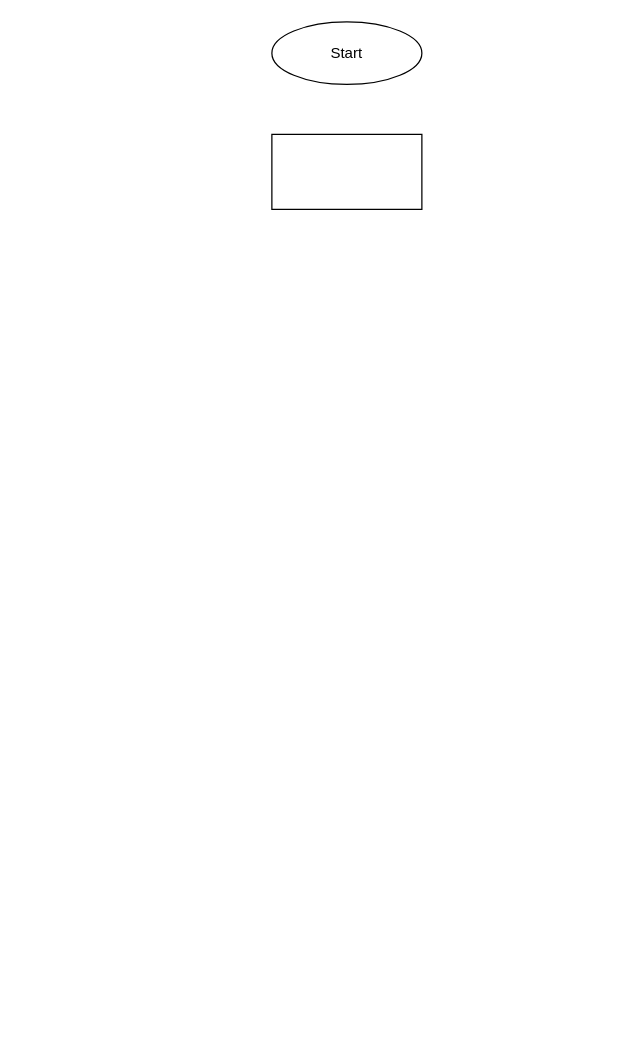
Earlier version of the draw.io diagram Diagrams. .drawio (AleksandraPetrova97/control-work). Source tidied: cells renumbered, new cells numbered last; positions are measured from the earlier drawing's top-left corner, leaving out a move shared by most shapes. Both pictures are drawn from the tidied source at 125%, with x=0, y=0 at pixel (271, 21).
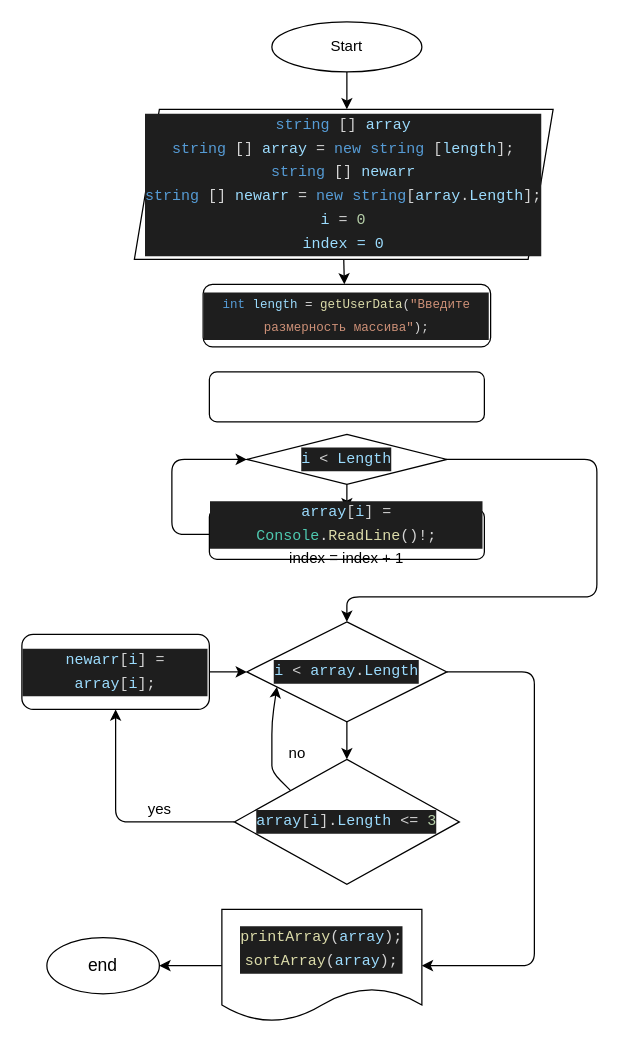
The same diagram, later.

Commit message (it also covers changes not shown here):
Диаграмму сделала

What changed in the source:
```diff
@@
+    <mxCell id="4" style="edgeStyle=none;html=1;exitX=0.5;exitY=1;exitDx=0;exitDy=0;fontSize=12;" parent="1" edge="1" source="2">
+      <mxGeometry relative="1" as="geometry">
+        <mxPoint x="60" y="70" as="targetPoint" />
+      </mxGeometry>
+    </mxCell>
+    <mxCell id="5" style="edgeStyle=none;html=1;exitX=0.5;exitY=1;exitDx=0;exitDy=0;fontSize=10;" parent="1" edge="1" source="6">
+      <mxGeometry relative="1" as="geometry">
+        <mxPoint x="58" y="210" as="targetPoint" />
+      </mxGeometry>
+    </mxCell>
+    <mxCell id="6" value="&lt;div style=&quot;color: rgb(212, 212, 212); background-color: rgb(30, 30, 30); font-family: Consolas, &amp;quot;Courier New&amp;quot;, monospace; line-height: 19px;&quot;&gt;&lt;div style=&quot;line-height: 19px;&quot;&gt;&lt;font style=&quot;font-size: 12px;&quot;&gt;&lt;span style=&quot;color: rgb(86, 156, 214);&quot;&gt;string&lt;/span&gt;&amp;nbsp;[]&amp;nbsp;&lt;span style=&quot;color: rgb(156, 220, 254);&quot;&gt;array&lt;/span&gt;&lt;/font&gt;&lt;/div&gt;&lt;div style=&quot;line-height: 19px;&quot;&gt;&lt;font style=&quot;font-size: 12px;&quot;&gt;&lt;span style=&quot;color: rgb(86, 156, 214);&quot;&gt;string&lt;/span&gt;&amp;nbsp;[]&amp;nbsp;&lt;span style=&quot;color: rgb(156, 220, 254);&quot;&gt;array&lt;/span&gt;&amp;nbsp;=&amp;nbsp;&lt;span style=&quot;color: rgb(86, 156, 214);&quot;&gt;new&lt;/span&gt;&amp;nbsp;&lt;span style=&quot;color: rgb(86, 156, 214);&quot;&gt;string&lt;/span&gt;&amp;nbsp;[&lt;span style=&quot;color: rgb(156, 220, 254);&quot;&gt;length&lt;/span&gt;];&lt;span style=&quot;color: rgb(156, 220, 254);&quot;&gt;&lt;br&gt;&lt;/span&gt;&lt;/font&gt;&lt;/div&gt;&lt;div style=&quot;color: rgb(240, 240, 240); line-height: 19px;&quot;&gt;&lt;div style=&quot;color: rgb(212, 212, 212); line-height: 19px;&quot;&gt;&lt;font style=&quot;font-size: 12px;&quot;&gt;&lt;span style=&quot;color: rgb(86, 156, 214);&quot;&gt;string&lt;/span&gt;&amp;nbsp;[]&amp;nbsp;&lt;span style=&quot;color: rgb(156, 220, 254);&quot;&gt;newarr&lt;/span&gt;&lt;/font&gt;&lt;/div&gt;&lt;div style=&quot;color: rgb(212, 212, 212); line-height: 19px;&quot;&gt;&lt;div style=&quot;line-height: 19px;&quot;&gt;&lt;font style=&quot;font-size: 12px;&quot;&gt;&lt;span style=&quot;color: rgb(86, 156, 214);&quot;&gt;string&lt;/span&gt; [] &lt;span style=&quot;color: rgb(156, 220, 254);&quot;&gt;newarr&lt;/span&gt; = &lt;span style=&quot;color: rgb(86, 156, 214);&quot;&gt;new&lt;/span&gt; &lt;span style=&quot;color: rgb(86, 156, 214);&quot;&gt;string&lt;/span&gt;[&lt;span style=&quot;color: rgb(156, 220, 254);&quot;&gt;array&lt;/span&gt;.&lt;span style=&quot;color: rgb(156, 220, 254);&quot;&gt;Length&lt;/span&gt;];&lt;/font&gt;&lt;/div&gt;&lt;/div&gt;&lt;div style=&quot;color: rgb(212, 212, 212); line-height: 19px;&quot;&gt;&lt;div style=&quot;line-height: 19px;&quot;&gt;&lt;font style=&quot;font-size: 12px;&quot;&gt;&lt;span style=&quot;color: rgb(156, 220, 254);&quot;&gt;i&lt;/span&gt;&amp;nbsp;=&amp;nbsp;&lt;span style=&quot;color: rgb(181, 206, 168);&quot;&gt;0&lt;/span&gt;&lt;br&gt;&lt;/font&gt;&lt;/div&gt;&lt;/div&gt;&lt;div style=&quot;line-height: 19px;&quot;&gt;&lt;div style=&quot;line-height: 19px;&quot;&gt;&lt;font style=&quot;font-size: 12px;&quot; color=&quot;#9cdcfe&quot;&gt;index = 0&lt;/font&gt;&lt;/div&gt;&lt;/div&gt;&lt;/div&gt;&lt;/div&gt;" style="shape=parallelogram;perimeter=parallelogramPerimeter;whiteSpace=wrap;html=1;fixedSize=1;fontSize=12;fillStyle=solid;" parent="1" vertex="1">
+      <mxGeometry x="-110" y="70" width="335" height="120" as="geometry" />
+    </mxCell>
     <mxCell id="2" value="Start" style="ellipse;whiteSpace=wrap;html=1;" parent="1" vertex="1">
-      <mxGeometry width="120" height="50" as="geometry" />
+      <mxGeometry width="120" height="40" as="geometry" />
     </mxCell>
-    <mxCell id="3" style="rounded=0;whiteSpace=wrap;html=1;" parent="1" vertex="1">
-      <mxGeometry y="90" width="120" height="60" as="geometry" />
-    </mxCell>
+    <mxCell id="7" style="edgeStyle=none;html=1;entryX=0.5;entryY=0;entryDx=0;entryDy=0;fontSize=12;" parent="1" edge="1" target="11">
+      <mxGeometry relative="1" as="geometry">
+        <mxPoint x="60" y="360" as="sourcePoint" />
+      </mxGeometry>
+    </mxCell>
+    <mxCell id="8" style="edgeStyle=none;html=1;exitX=1;exitY=0.5;exitDx=0;exitDy=0;fontSize=12;entryX=0.5;entryY=0;entryDx=0;entryDy=0;" parent="1" edge="1" source="9" target="14">
+      <mxGeometry relative="1" as="geometry">
+        <Array as="points">
+          <mxPoint x="260" y="350" />
+          <mxPoint x="260" y="460" />
+          <mxPoint x="150" y="460" />
+          <mxPoint x="60" y="460" />
+        </Array>
+      </mxGeometry>
+    </mxCell>
+    <mxCell id="9" value="&lt;div style=&quot;color: rgb(212, 212, 212); background-color: rgb(30, 30, 30); font-family: Consolas, &amp;quot;Courier New&amp;quot;, monospace; line-height: 19px;&quot;&gt;&lt;font style=&quot;font-size: 12px;&quot;&gt;&lt;span style=&quot;color: rgb(156, 220, 254);&quot;&gt;i&lt;/span&gt; &amp;lt; &lt;span style=&quot;color: rgb(156, 220, 254);&quot;&gt;Length&lt;/span&gt;&lt;/font&gt;&lt;/div&gt;" style="rhombus;whiteSpace=wrap;html=1;fontSize=12;" parent="1" vertex="1">
+      <mxGeometry x="-20" y="330" width="160" height="40" as="geometry" />
+    </mxCell>
+    <mxCell id="10" style="edgeStyle=none;html=1;exitX=0;exitY=0.5;exitDx=0;exitDy=0;entryX=0;entryY=0.5;entryDx=0;entryDy=0;fontSize=12;" parent="1" edge="1" source="11" target="9">
+      <mxGeometry relative="1" as="geometry">
+        <Array as="points">
+          <mxPoint x="-80" y="410" />
+          <mxPoint x="-80" y="350" />
+        </Array>
+      </mxGeometry>
+    </mxCell>
+    <mxCell id="11" value="&lt;div style=&quot;color: rgb(212, 212, 212); background-color: rgb(30, 30, 30); font-family: Consolas, &amp;quot;Courier New&amp;quot;, monospace; line-height: 19px;&quot;&gt;&lt;font style=&quot;font-size: 12px;&quot;&gt;&lt;span style=&quot;color: rgb(156, 220, 254);&quot;&gt;array&lt;/span&gt;[&lt;span style=&quot;color: rgb(156, 220, 254);&quot;&gt;i&lt;/span&gt;] = &lt;span style=&quot;color: rgb(78, 201, 176);&quot;&gt;Console&lt;/span&gt;.&lt;span style=&quot;color: rgb(220, 220, 170);&quot;&gt;ReadLine&lt;/span&gt;()!;&lt;/font&gt;&lt;/div&gt;index = index + 1" style="rounded=1;whiteSpace=wrap;html=1;fontSize=12;" parent="1" vertex="1">
+      <mxGeometry x="-50" y="390" width="220" height="40" as="geometry" />
+    </mxCell>
+    <mxCell id="12" style="edgeStyle=none;html=1;exitX=0.5;exitY=1;exitDx=0;exitDy=0;entryX=0.5;entryY=0;entryDx=0;entryDy=0;fontSize=12;" parent="1" edge="1" source="14" target="17">
+      <mxGeometry relative="1" as="geometry" />
+    </mxCell>
+    <mxCell id="13" style="edgeStyle=none;html=1;exitX=1;exitY=0.5;exitDx=0;exitDy=0;fontSize=12;" parent="1" edge="1" source="14">
+      <mxGeometry relative="1" as="geometry">
+        <mxPoint x="120" y="755" as="targetPoint" />
+        <Array as="points">
+          <mxPoint x="210" y="520" />
+          <mxPoint x="210" y="755" />
+        </Array>
+      </mxGeometry>
+    </mxCell>
+    <mxCell id="14" value="&lt;div style=&quot;color: rgb(212, 212, 212); background-color: rgb(30, 30, 30); font-family: Consolas, &amp;quot;Courier New&amp;quot;, monospace; line-height: 19px;&quot;&gt;&lt;font style=&quot;font-size: 12px;&quot;&gt;&lt;span style=&quot;color: rgb(156, 220, 254);&quot;&gt;i&lt;/span&gt; &amp;lt; &lt;span style=&quot;color: rgb(156, 220, 254);&quot;&gt;array&lt;/span&gt;.&lt;span style=&quot;color: rgb(156, 220, 254);&quot;&gt;Length&lt;/span&gt;&lt;/font&gt;&lt;/div&gt;" style="rhombus;whiteSpace=wrap;html=1;fontSize=12;" parent="1" vertex="1">
+      <mxGeometry x="-20" y="480" width="160" height="80" as="geometry" />
+    </mxCell>
+    <mxCell id="15" style="edgeStyle=none;html=1;entryX=0.5;entryY=1;entryDx=0;entryDy=0;fontSize=12;exitX=0;exitY=0.5;exitDx=0;exitDy=0;" parent="1" edge="1" source="17" target="19">
+      <mxGeometry relative="1" as="geometry">
+        <Array as="points">
+          <mxPoint x="-125" y="640" />
+        </Array>
+      </mxGeometry>
+    </mxCell>
+    <mxCell id="16" style="edgeStyle=none;html=1;exitX=0;exitY=0;exitDx=0;exitDy=0;entryX=0.15;entryY=0.65;entryDx=0;entryDy=0;entryPerimeter=0;fontSize=12;" parent="1" edge="1" source="17" target="14">
+      <mxGeometry relative="1" as="geometry">
+        <Array as="points">
+          <mxPoint y="600" />
+          <mxPoint y="590" />
+          <mxPoint y="560" />
+        </Array>
+      </mxGeometry>
+    </mxCell>
+    <mxCell id="17" value="&lt;div style=&quot;color: rgb(212, 212, 212); background-color: rgb(30, 30, 30); font-family: Consolas, &amp;quot;Courier New&amp;quot;, monospace; line-height: 19px;&quot;&gt;&lt;font style=&quot;font-size: 12px;&quot;&gt;&lt;span style=&quot;color: rgb(156, 220, 254);&quot;&gt;array&lt;/span&gt;[&lt;span style=&quot;color: rgb(156, 220, 254);&quot;&gt;i&lt;/span&gt;].&lt;span style=&quot;color: rgb(156, 220, 254);&quot;&gt;Length&lt;/span&gt; &amp;lt;= &lt;span style=&quot;color: rgb(181, 206, 168);&quot;&gt;3&lt;/span&gt;&lt;/font&gt;&lt;/div&gt;" style="rhombus;whiteSpace=wrap;html=1;fontSize=12;" parent="1" vertex="1">
+      <mxGeometry x="-30" y="590" width="180" height="100" as="geometry" />
+    </mxCell>
+    <mxCell id="18" style="edgeStyle=none;html=1;exitX=1;exitY=0.5;exitDx=0;exitDy=0;entryX=0;entryY=0.5;entryDx=0;entryDy=0;fontSize=12;" parent="1" edge="1" source="19" target="14">
+      <mxGeometry relative="1" as="geometry" />
+    </mxCell>
+    <mxCell id="19" value="&lt;div style=&quot;color: rgb(212, 212, 212); background-color: rgb(30, 30, 30); font-family: Consolas, &amp;quot;Courier New&amp;quot;, monospace; line-height: 19px;&quot;&gt;&lt;font style=&quot;font-size: 12px;&quot;&gt;&lt;span style=&quot;color: rgb(156, 220, 254);&quot;&gt;newarr&lt;/span&gt;[&lt;span style=&quot;color: rgb(156, 220, 254);&quot;&gt;i&lt;/span&gt;] = &lt;span style=&quot;color: rgb(156, 220, 254);&quot;&gt;array&lt;/span&gt;[&lt;span style=&quot;color: rgb(156, 220, 254);&quot;&gt;i&lt;/span&gt;];&lt;/font&gt;&lt;/div&gt;" style="rounded=1;whiteSpace=wrap;html=1;fontSize=12;" parent="1" vertex="1">
+      <mxGeometry x="-200" y="490" width="150" height="60" as="geometry" />
+    </mxCell>
+    <mxCell id="20" value="yes" style="text;html=1;align=center;verticalAlign=middle;strokeColor=none;fillColor=none;fontSize=12;" parent="1" vertex="1">
+      <mxGeometry x="-110" y="615" width="40" height="30" as="geometry" />
+    </mxCell>
+    <mxCell id="21" value="no" style="text;html=1;align=center;verticalAlign=middle;strokeColor=none;fillColor=none;fontSize=12;" parent="1" vertex="1">
+      <mxGeometry y="570" width="40" height="30" as="geometry" />
+    </mxCell>
+    <mxCell id="22" style="edgeStyle=none;html=1;exitX=0;exitY=0.5;exitDx=0;exitDy=0;fontSize=14;" parent="1" edge="1" source="23">
+      <mxGeometry relative="1" as="geometry">
+        <mxPoint x="-90" y="755" as="targetPoint" />
+      </mxGeometry>
+    </mxCell>
+    <mxCell id="23" value="&lt;div style=&quot;color: rgb(212, 212, 212); background-color: rgb(30, 30, 30); font-family: Consolas, &amp;quot;Courier New&amp;quot;, monospace; line-height: 19px;&quot;&gt;&lt;font style=&quot;font-size: 12px;&quot;&gt;&lt;span style=&quot;color: rgb(220, 220, 170);&quot;&gt;printArray&lt;/span&gt;(&lt;span style=&quot;color: rgb(156, 220, 254);&quot;&gt;array&lt;/span&gt;);&lt;/font&gt;&lt;/div&gt;&lt;div style=&quot;color: rgb(212, 212, 212); background-color: rgb(30, 30, 30); font-family: Consolas, &amp;quot;Courier New&amp;quot;, monospace; line-height: 19px;&quot;&gt;&lt;font style=&quot;font-size: 12px;&quot;&gt;&lt;div style=&quot;line-height: 19px;&quot;&gt;&lt;span style=&quot;color: rgb(220, 220, 170);&quot;&gt;sortArray&lt;/span&gt;(&lt;span style=&quot;color: rgb(156, 220, 254);&quot;&gt;array&lt;/span&gt;);&lt;/div&gt;&lt;/font&gt;&lt;/div&gt;" style="shape=document;whiteSpace=wrap;html=1;boundedLbl=1;fontSize=12;" parent="1" vertex="1">
+      <mxGeometry x="-40" y="710" width="160" height="90" as="geometry" />
+    </mxCell>
+    <mxCell id="24" value="&lt;font style=&quot;font-size: 14px;&quot;&gt;end&lt;/font&gt;" style="ellipse;whiteSpace=wrap;html=1;fontSize=12;" parent="1" vertex="1">
+      <mxGeometry x="-180" y="732.5" width="90" height="45" as="geometry" />
+    </mxCell>
+    <mxCell id="25" value="&lt;div style=&quot;color: rgb(212, 212, 212); background-color: rgb(30, 30, 30); font-family: Consolas, &amp;quot;Courier New&amp;quot;, monospace; line-height: 19px;&quot;&gt;&lt;font style=&quot;font-size: 10px;&quot;&gt;&lt;span style=&quot;color: rgb(86, 156, 214);&quot;&gt;int&lt;/span&gt; &lt;span style=&quot;color: rgb(156, 220, 254);&quot;&gt;length&lt;/span&gt; = &lt;span style=&quot;color: rgb(220, 220, 170);&quot;&gt;getUserData&lt;/span&gt;(&lt;span style=&quot;color: rgb(206, 145, 120);&quot;&gt;&quot;Введите размерность массива&quot;&lt;/span&gt;);&lt;/font&gt;&lt;/div&gt;" style="rounded=1;whiteSpace=wrap;html=1;fillStyle=solid;fontSize=12;" parent="1" vertex="1">
+      <mxGeometry x="-55" y="210" width="230" height="50" as="geometry" />
+    </mxCell>
+    <mxCell id="26" style="rounded=1;whiteSpace=wrap;html=1;fillStyle=solid;fontSize=10;" parent="1" vertex="1">
+      <mxGeometry x="-50" y="280" width="220" height="40" as="geometry" />
+    </mxCell>
```
